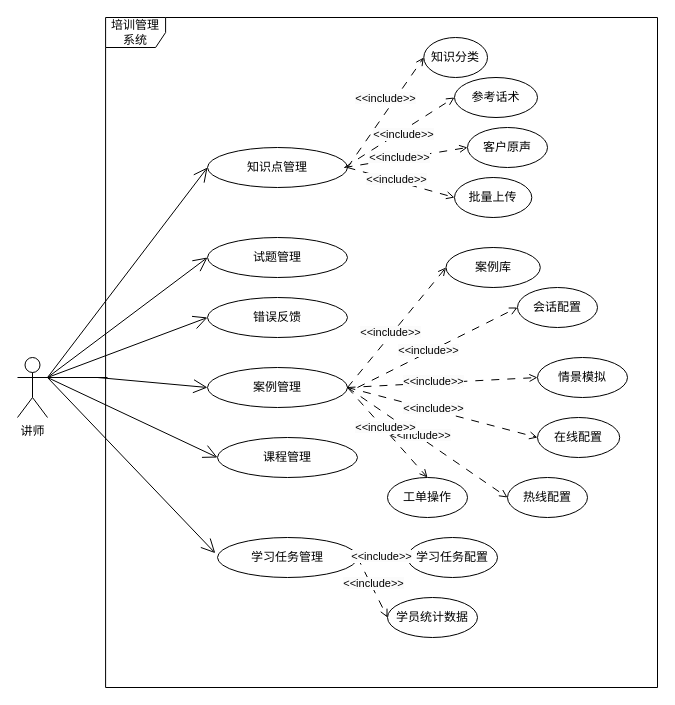
Above: 用例图_讲师.drawio in cgshao02/graduation_picture (draw.io), before the change. Source tidied: cells renumbered, new cells numbered last; positions are measured from the earlier drawing's top-left corner, leaving out a move shared by most shapes. Both pictures are drawn from the tidied source at 100%, with x=0, y=0 at pixel (17, 17).
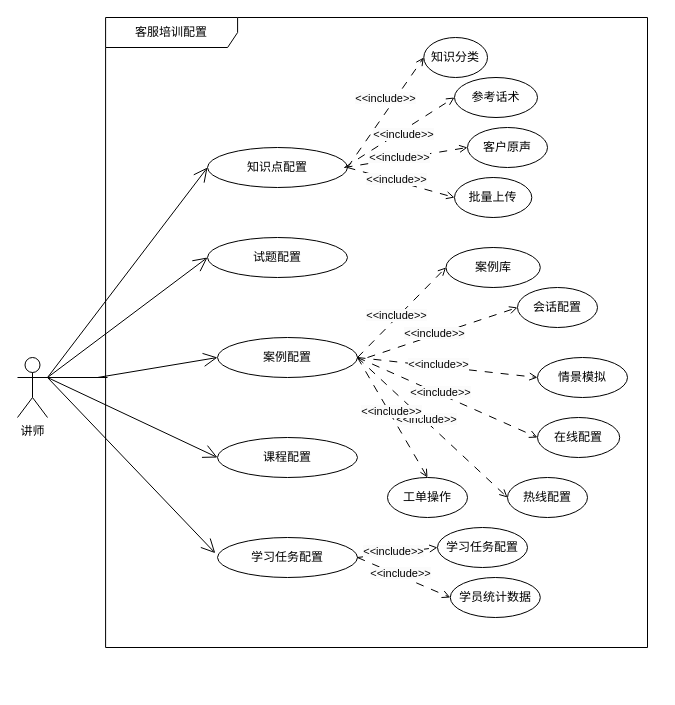
After the change.

Commit message:
更新用例图_讲师.drawio

The change refers to these unchanged cells:
```xml
<mxCell id="24" value="会话配置" style="ellipse;whiteSpace=wrap;html=1;" parent="1" vertex="1">
  <mxGeometry x="500" y="270" width="80" height="40" as="geometry" />
</mxCell>
```

What changed in the source:
```diff
@@
-    <mxCell id="3" value="知识点管理" style="ellipse;whiteSpace=wrap;html=1;" parent="1" vertex="1">
+    <mxCell id="3" value="知识点配置" style="ellipse;whiteSpace=wrap;html=1;" parent="1" vertex="1">
       <mxGeometry x="190" y="130" width="140" height="40" as="geometry" />
     </mxCell>
@@
-    <mxCell id="5" value="案例管理" style="ellipse;whiteSpace=wrap;html=1;" parent="1" vertex="1">
-      <mxGeometry x="190" y="350" width="140" height="40" as="geometry" />
+    <mxCell id="5" value="案例配置" style="ellipse;whiteSpace=wrap;html=1;" parent="1" vertex="1">
+      <mxGeometry x="200" y="320" width="140" height="40" as="geometry" />
     </mxCell>
@@
-    <mxCell id="7" value="试题管理" style="ellipse;whiteSpace=wrap;html=1;" parent="1" vertex="1">
+    <mxCell id="7" value="试题配置" style="ellipse;whiteSpace=wrap;html=1;" parent="1" vertex="1">
       <mxGeometry x="190" y="220" width="140" height="40" as="geometry" />
     </mxCell>
-    <mxCell id="8" value="课程管理" style="ellipse;whiteSpace=wrap;html=1;" parent="1" vertex="1">
+    <mxCell id="8" value="课程配置" style="ellipse;whiteSpace=wrap;html=1;" parent="1" vertex="1">
       <mxGeometry x="200" y="420" width="140" height="40" as="geometry" />
     </mxCell>
-    <mxCell id="9" value="学习任务管理" style="ellipse;whiteSpace=wrap;html=1;" parent="1" vertex="1">
+    <mxCell id="9" value="学习任务配置" style="ellipse;whiteSpace=wrap;html=1;" parent="1" vertex="1">
       <mxGeometry x="200" y="520" width="140" height="40" as="geometry" />
     </mxCell>
@@
     <mxCell id="13" value="学员统计数据" style="ellipse;whiteSpace=wrap;html=1;" parent="1" vertex="1">
-      <mxGeometry x="370" y="580" width="90" height="40" as="geometry" />
+      <mxGeometry x="432.8" y="560" width="90" height="40" as="geometry" />
     </mxCell>
@@
     <mxCell id="31" style="endArrow=open;html=1;rounded=0;dashed=1;dashPattern=8 8;endFill=0;entryX=0;entryY=0.5;entryDx=0;entryDy=0;" parent="1" edge="1" target="24">
       <mxGeometry relative="1" as="geometry">
-        <mxPoint x="340" y="370" as="sourcePoint" />
+        <mxPoint x="350" y="340" as="sourcePoint" />
       </mxGeometry>
     </mxCell>
@@
-    <mxCell id="46" value="错误反馈" style="ellipse;whiteSpace=wrap;html=1;" parent="1" vertex="1">
-      <mxGeometry x="190" y="280" width="140" height="40" as="geometry" />
-    </mxCell>
-    <mxCell id="47" style="endArrow=open;endFill=1;endSize=12;html=1;rounded=0;entryX=0;entryY=0.5;entryDx=0;entryDy=0;" parent="1" edge="1" target="46">
-      <mxGeometry relative="1" as="geometry">
-        <mxPoint x="30" y="360" as="sourcePoint" />
-      </mxGeometry>
-    </mxCell>
-    <mxCell id="48" value="培训管理系统" style="shape=umlFrame;whiteSpace=wrap;html=1;" parent="1" vertex="1">
-      <mxGeometry x="88.1" width="551.9" height="670" as="geometry" />
+    <mxCell id="48" value="客服培训配置" style="shape=umlFrame;whiteSpace=wrap;html=1;width=132;height=30;" parent="1" vertex="1">
+      <mxGeometry x="88.1" width="541.9" height="630" as="geometry" />
     </mxCell>
     <mxCell id="49" value="学习任务配置" style="ellipse;whiteSpace=wrap;html=1;" parent="1" vertex="1">
-      <mxGeometry x="390" y="520" width="90" height="40" as="geometry" />
+      <mxGeometry x="420" y="510" width="90" height="40" as="geometry" />
     </mxCell>
```
